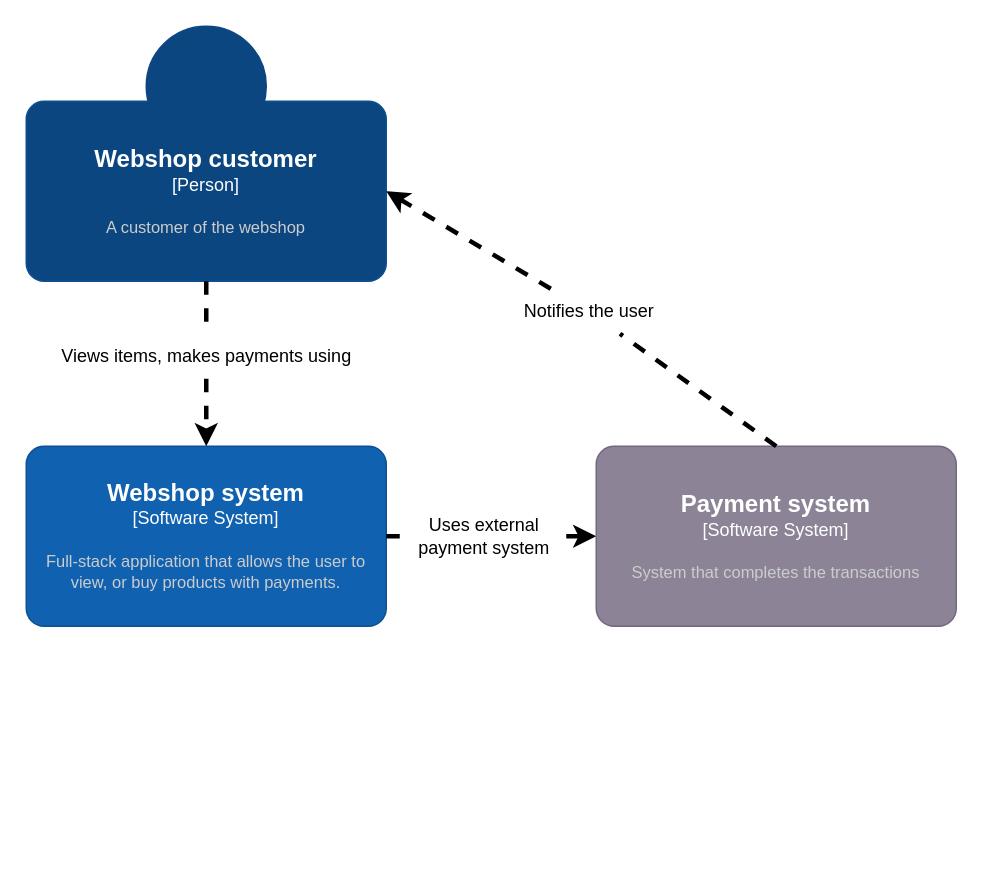
Above: page "System context diagram" (2 of 5) of Documentation/S3IP - Instruweb.drawio in Instruweb/Documentation (draw.io), before the change. Source tidied: cells renumbered, new cells numbered last; positions are measured from the earlier drawing's top-left corner, leaving out a move shared by most shapes. Both pictures are drawn from the tidied source at 150%, with x=0, y=0 at pixel (26, 26).
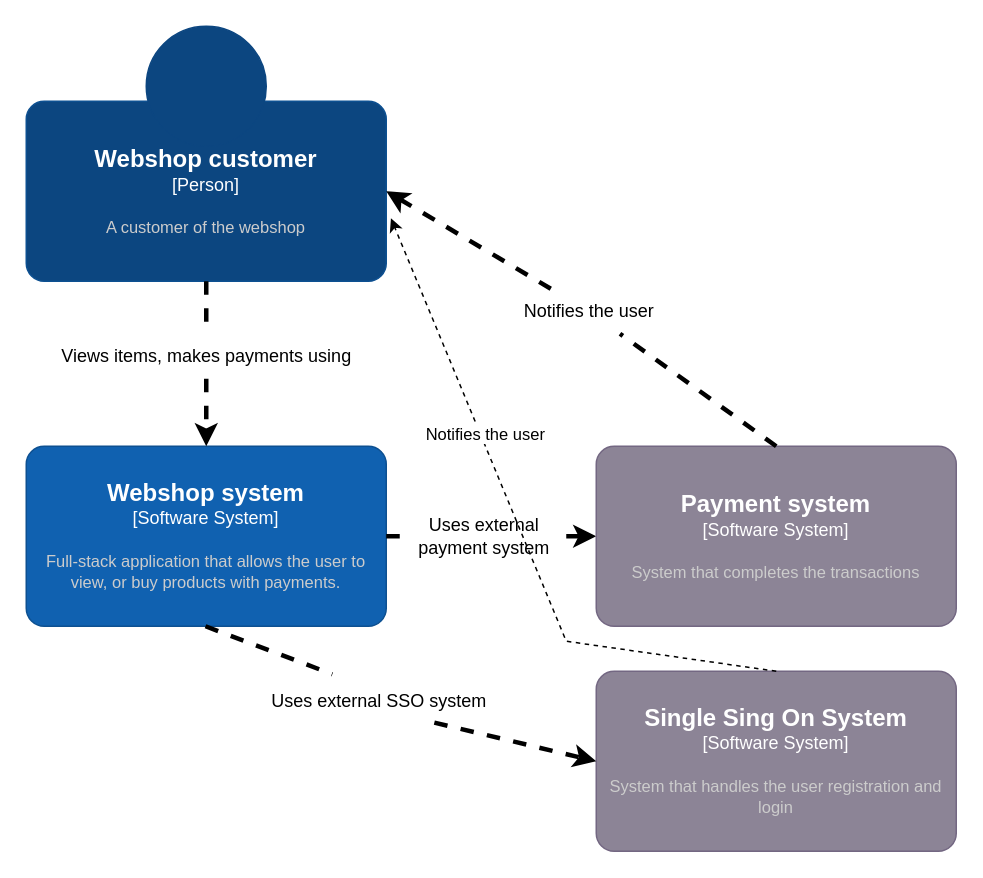
The same page after the edit.

Commit message (it also covers changes not shown here):
updated software achritecture. added explaination for async functions.

The change refers to these unchanged cells:
```xml
<object id="5" label="&lt;font style=&quot;font-size: 16px&quot;&gt;&lt;b&gt;%c4Name%&lt;/b&gt;&lt;/font&gt;&lt;div&gt;[%c4Type%]&lt;/div&gt;&lt;br&gt;&lt;div&gt;&lt;font style=&quot;font-size: 11px&quot;&gt;&lt;font color=&quot;#cccccc&quot;&gt;%c4Description%&lt;/font&gt;&lt;/div&gt;" c4Description="A customer of the webshop" c4Name="Webshop customer" c4Type="Person" placeholders="1">
  <mxCell style="rounded=1;whiteSpace=wrap;html=1;labelBackgroundColor=none;fillColor=#0C4680;fontColor=#ffffff;align=center;arcSize=10;strokeColor=#0D5091;points=[[0.25,0,0],[0.5,0,0],[0.75,0,0],[1,0.25,0],[1,0.5,0],[1,0.75,0],[0.75,1,0],[0.5,1,0],[0.25,1,0],[0,0.75,0],[0,0.5,0],[0,0.25,0]];" parent="1" vertex="1">
    <mxGeometry y="50" width="240" height="120" as="geometry" />
  </mxCell>
</object>
```

The edit, as a diff of the source:
```diff
@@
+    <object id="15" label="&lt;font style=&quot;font-size: 16px&quot;&gt;&lt;b&gt;%c4Name%&lt;/b&gt;&lt;/font&gt;&lt;div&gt;[%c4Type%]&lt;/div&gt;&lt;br&gt;&lt;div&gt;&lt;font style=&quot;font-size: 11px&quot;&gt;&lt;font color=&quot;#cccccc&quot;&gt;%c4Description%&lt;/font&gt;&lt;/div&gt;" c4Description="System that handles the user registration and login" c4Name="Single Sing On System" c4Type="Software System" placeholders="1">
+      <mxCell style="rounded=1;whiteSpace=wrap;html=1;labelBackgroundColor=none;fillColor=#8C8496;fontColor=#ffffff;align=center;arcSize=10;strokeColor=#736782;points=[[0.25,0,0],[0.5,0,0],[0.75,0,0],[1,0.25,0],[1,0.5,0],[1,0.75,0],[0.75,1,0],[0.5,1,0],[0.25,1,0],[0,0.75,0],[0,0.5,0],[0,0.25,0]];" parent="1" vertex="1">
+        <mxGeometry x="380" y="430" width="240" height="120" as="geometry" />
+      </mxCell>
+    </object>
+    <mxCell id="16" style="rounded=0;jettySize=auto;html=1;exitX=0.718;exitY=0.975;exitDx=0;exitDy=0;exitPerimeter=0;entryX=0;entryY=0.5;entryDx=0;entryDy=0;entryPerimeter=0;dashed=1;strokeWidth=3;startArrow=none;" parent="1" edge="1" source="17" target="15">
+      <mxGeometry relative="1" as="geometry" />
+    </mxCell>
+    <mxCell id="17" value="Uses external SSO system" style="text;html=1;align=center;verticalAlign=middle;points=[];fillColor=none;strokeColor=none;rounded=0;" parent="1" vertex="1">
+      <mxGeometry x="150" y="435" width="170" height="30" as="geometry" />
+    </mxCell>
+    <mxCell id="18" style="rounded=0;jettySize=auto;html=1;exitX=0.5;exitY=1;exitDx=0;exitDy=0;exitPerimeter=0;entryX=0.318;entryY=-0.1;entryDx=0;entryDy=0;entryPerimeter=0;dashed=1;strokeWidth=3;startArrow=none;endArrow=none;" parent="1" edge="1" target="17">
+      <mxGeometry relative="1" as="geometry">
+        <mxPoint x="119.5" y="400" as="sourcePoint" />
+      </mxGeometry>
+    </mxCell>
+    <mxCell id="19" style="edgeStyle=none;rounded=0;jettySize=auto;html=1;entryX=1.013;entryY=0.65;entryDx=0;entryDy=0;entryPerimeter=0;dashed=1;" parent="1" edge="1" target="5">
+      <mxGeometry relative="1" as="geometry">
+        <mxPoint x="500" y="430" as="sourcePoint" />
+        <Array as="points">
+          <mxPoint x="360" y="410" />
+        </Array>
+      </mxGeometry>
+    </mxCell>
+    <mxCell id="20" value="Notifies the user" style="edgeLabel;html=1;align=center;verticalAlign=middle;" parent="19" vertex="1">
+      <mxGeometry x="-0.16" y="-2" relative="1" as="geometry">
+        <mxPoint x="-39" y="-95" as="offset" />
+      </mxGeometry>
+    </mxCell>
```
